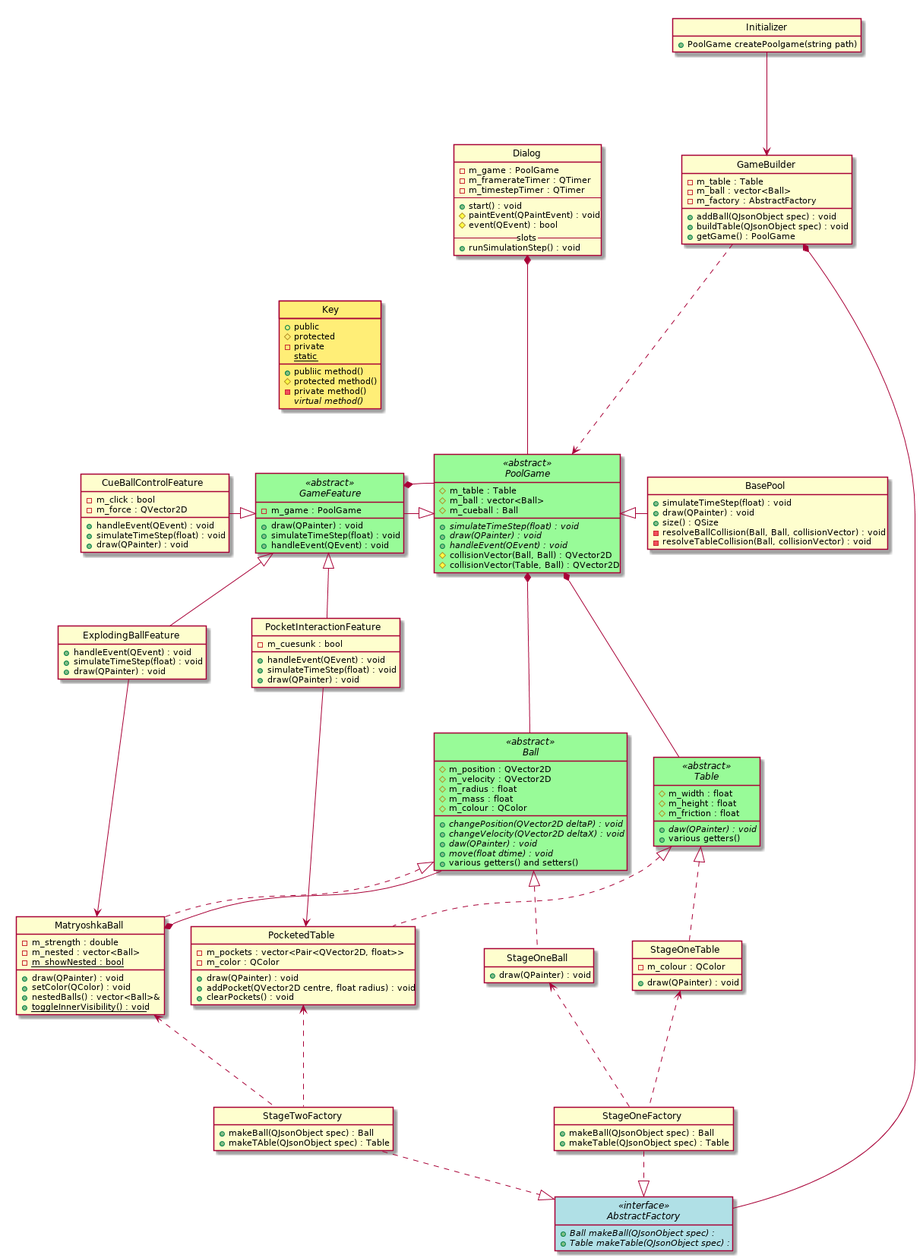
Before: newclass.png, a diagram exported from PlantUML (KittenHero/QtPoolGame).
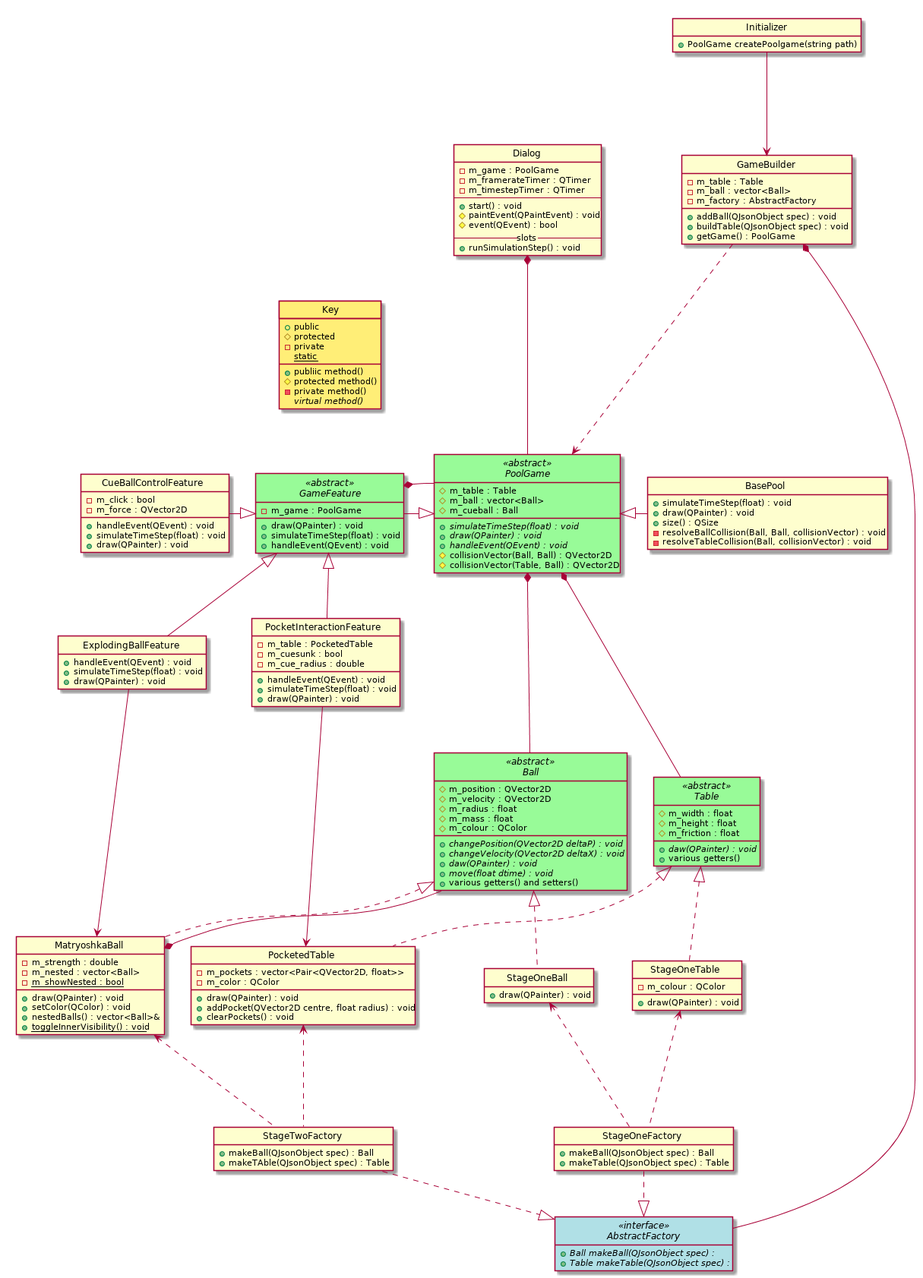
After the commit.

The edit, as a diff of the source:
```diff
@@ -114,7 +114,9 @@
     }
 
     class PocketInteractionFeature {
+		-m_table : PocketedTable
 		-m_cuesunk : bool
+		-m_cue_radius : double
         +handleEvent(QEvent) : void
         +simulateTimeStep(float) : void
         +draw(QPainter) : void
```
